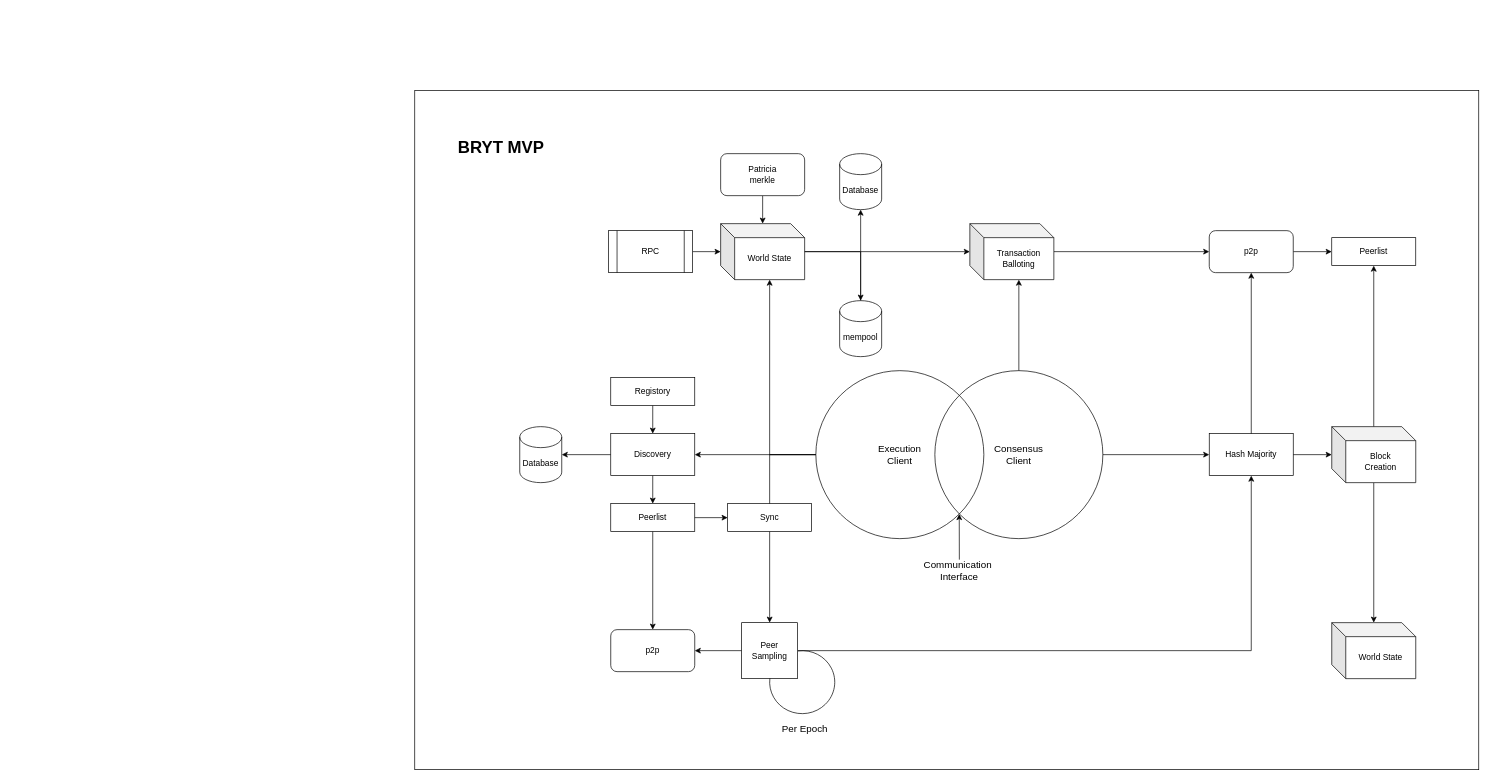
Above: Bryt-mpc.drawio in ali-05-ahmed/Concept-Diagrams (draw.io), before the change. Source tidied: cells renumbered, new cells numbered last; positions are measured from the earlier drawing's top-left corner, leaving out a move shared by most shapes. Both pictures are drawn from the tidied source at 70%, with x=0, y=0 at pixel (414, 90).
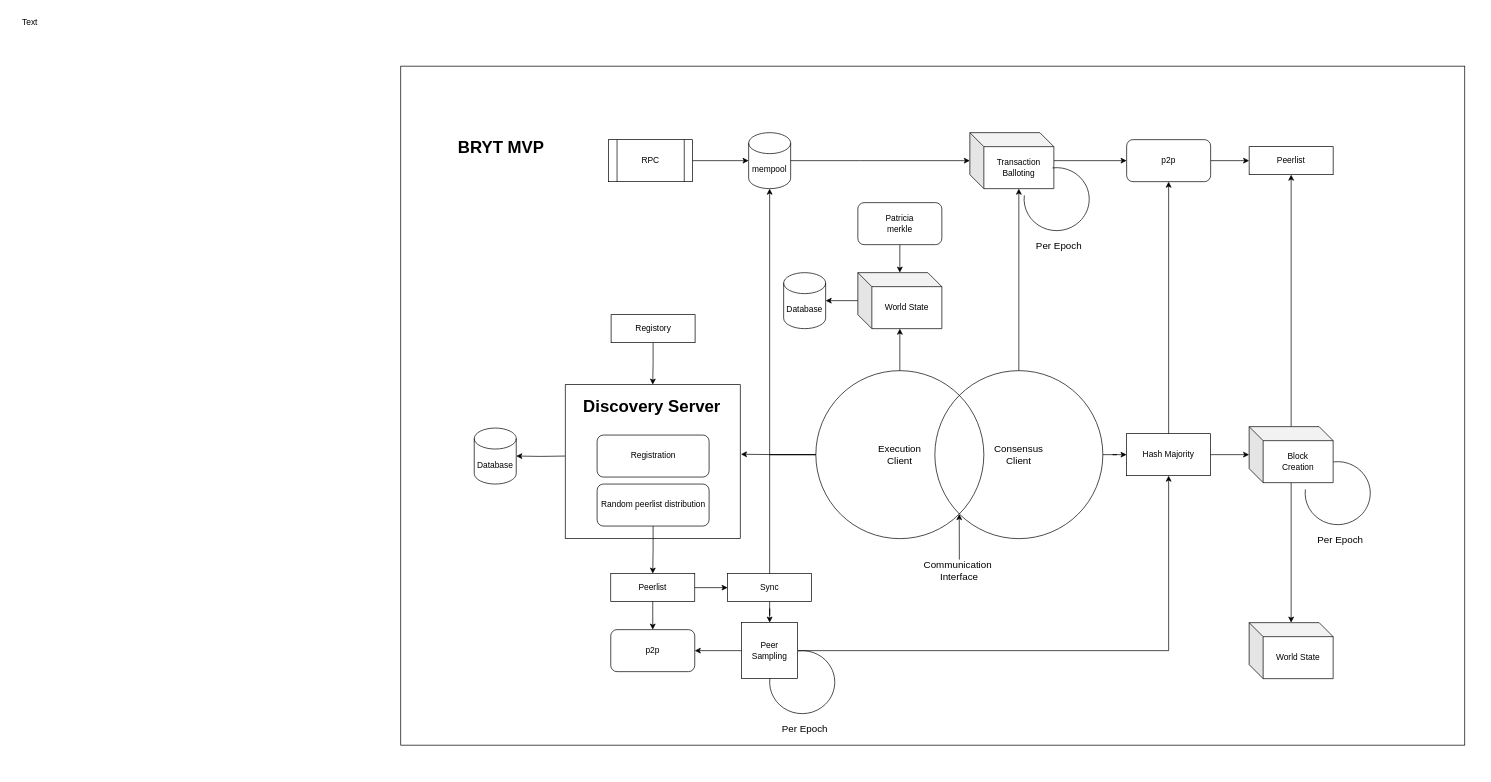
Above is the later version.

The change refers to these unchanged cells:
```xml
<mxCell id="7" value="&lt;font style=&quot;font-size: 14px;&quot;&gt;Execution&lt;br&gt;Client&lt;/font&gt;" style="ellipse;whiteSpace=wrap;html=1;fillColor=none;" parent="1" vertex="1">
  <mxGeometry x="573" y="400" width="240" height="240" as="geometry" />
</mxCell>
```

The edit, as a diff of the source:
```diff
@@
     <mxCell id="2" style="rounded=0;whiteSpace=wrap;html=1;" parent="1" vertex="1">
-      <mxGeometry width="1520" height="970" as="geometry" />
+      <mxGeometry x="-20" y="-35" width="1520" height="970" as="geometry" />
     </mxCell>
@@
-    <mxCell id="5" style="edgeStyle=orthogonalEdgeStyle;rounded=0;jettySize=auto;html=1;" parent="1" edge="1" source="7" target="12">
-      <mxGeometry relative="1" as="geometry" />
-    </mxCell>
@@
+    <mxCell id="52" style="edgeStyle=orthogonalEdgeStyle;rounded=0;jettySize=auto;html=1;" parent="1" edge="1" source="7" target="20">
+      <mxGeometry relative="1" as="geometry" />
+    </mxCell>
@@
-    <mxCell id="10" style="edgeStyle=orthogonalEdgeStyle;rounded=0;jettySize=auto;html=1;" parent="1" edge="1" source="12" target="13">
-      <mxGeometry relative="1" as="geometry" />
+    <mxCell id="10" style="edgeStyle=orthogonalEdgeStyle;rounded=0;jettySize=auto;html=1;" parent="1" edge="1" target="13">
+      <mxGeometry relative="1" as="geometry">
+        <mxPoint x="215" y="522" as="sourcePoint" />
+      </mxGeometry>
     </mxCell>
-    <mxCell id="11" style="edgeStyle=orthogonalEdgeStyle;rounded=0;jettySize=auto;html=1;" parent="1" edge="1" source="12" target="18">
-      <mxGeometry relative="1" as="geometry" />
-    </mxCell>
-    <mxCell id="12" value="Discovery" style="whiteSpace=wrap;html=1;fillColor=none;" parent="1" vertex="1">
-      <mxGeometry x="280" y="490" width="120" height="60" as="geometry" />
-    </mxCell>
     <mxCell id="13" value="Database" style="shape=cylinder3;whiteSpace=wrap;html=1;boundedLbl=1;backgroundOutline=1;size=15;" parent="1" vertex="1">
-      <mxGeometry x="150" y="480" width="60" height="80" as="geometry" />
+      <mxGeometry x="85" y="482" width="60" height="80" as="geometry" />
     </mxCell>
-    <mxCell id="14" style="edgeStyle=orthogonalEdgeStyle;rounded=0;jettySize=auto;html=1;" parent="1" edge="1" source="15" target="12">
-      <mxGeometry relative="1" as="geometry" />
-    </mxCell>
+    <mxCell id="53" style="edgeStyle=orthogonalEdgeStyle;rounded=0;jettySize=auto;html=1;entryX=0.5;entryY=0;entryDx=0;entryDy=0;" parent="1" edge="1" source="15" target="54">
+      <mxGeometry relative="1" as="geometry" />
+    </mxCell>
     <mxCell id="15" value="Registory" style="whiteSpace=wrap;html=1;fillColor=none;" parent="1" vertex="1">
-      <mxGeometry x="280" y="410" width="120" height="40" as="geometry" />
+      <mxGeometry x="280.5" y="320" width="120" height="40" as="geometry" />
     </mxCell>
@@
     <mxCell id="18" value="Peerlist" style="whiteSpace=wrap;html=1;fillColor=none;" parent="1" vertex="1">
-      <mxGeometry x="280" y="590" width="120" height="40" as="geometry" />
+      <mxGeometry x="280" y="690" width="120" height="40" as="geometry" />
     </mxCell>
-    <mxCell id="19" style="edgeStyle=orthogonalEdgeStyle;rounded=0;jettySize=auto;html=1;" parent="1" edge="1" source="20" target="26">
-      <mxGeometry relative="1" as="geometry" />
-    </mxCell>
-    <mxCell id="20" value="World State" style="shape=cube;whiteSpace=wrap;html=1;boundedLbl=1;backgroundOutline=1;darkOpacity=0.05;darkOpacity2=0.1;" parent="1" vertex="1">
-      <mxGeometry x="437" y="190" width="120" height="80" as="geometry" />
-    </mxCell>
-    <mxCell id="21" style="edgeStyle=orthogonalEdgeStyle;rounded=0;jettySize=auto;html=1;entryX=0;entryY=0;entryDx=70;entryDy=80;entryPerimeter=0;" parent="1" edge="1" source="7" target="20">
+    <mxCell id="21" style="edgeStyle=orthogonalEdgeStyle;rounded=0;jettySize=auto;html=1;entryX=0.5;entryY=1;entryDx=0;entryDy=0;entryPerimeter=0;" parent="1" edge="1" source="7" target="27">
       <mxGeometry relative="1" as="geometry" />
     </mxCell>
-    <mxCell id="22" style="edgeStyle=orthogonalEdgeStyle;rounded=0;jettySize=auto;html=1;" parent="1" edge="1" source="23" target="20">
-      <mxGeometry relative="1" as="geometry" />
-    </mxCell>
     <mxCell id="23" value="RPC" style="shape=process;whiteSpace=wrap;html=1;backgroundOutline=1;" parent="1" vertex="1">
-      <mxGeometry x="277" y="200" width="120" height="60" as="geometry" />
+      <mxGeometry x="277" y="70" width="120" height="60" as="geometry" />
     </mxCell>
-    <mxCell id="24" style="edgeStyle=orthogonalEdgeStyle;rounded=0;jettySize=auto;html=1;" parent="1" edge="1" source="25" target="20">
-      <mxGeometry relative="1" as="geometry" />
-    </mxCell>
-    <mxCell id="25" value="Patricia&lt;br&gt;merkle" style="rounded=1;whiteSpace=wrap;html=1;" parent="1" vertex="1">
-      <mxGeometry x="437" y="90" width="120" height="60" as="geometry" />
-    </mxCell>
-    <mxCell id="26" value="Database" style="shape=cylinder3;whiteSpace=wrap;html=1;boundedLbl=1;backgroundOutline=1;size=15;" parent="1" vertex="1">
-      <mxGeometry x="607" y="90" width="60" height="80" as="geometry" />
-    </mxCell>
     <mxCell id="27" value="mempool" style="shape=cylinder3;whiteSpace=wrap;html=1;boundedLbl=1;backgroundOutline=1;size=15;" parent="1" vertex="1">
-      <mxGeometry x="607" y="300" width="60" height="80" as="geometry" />
+      <mxGeometry x="477" y="60" width="60" height="80" as="geometry" />
     </mxCell>
-    <mxCell id="28" style="edgeStyle=orthogonalEdgeStyle;rounded=0;jettySize=auto;html=1;entryX=0.5;entryY=0;entryDx=0;entryDy=0;entryPerimeter=0;" parent="1" edge="1" source="20" target="27">
-      <mxGeometry relative="1" as="geometry" />
-    </mxCell>
@@
     <mxCell id="36" value="Sync" style="whiteSpace=wrap;html=1;fillColor=none;" parent="1" vertex="1">
-      <mxGeometry x="447" y="590" width="120" height="40" as="geometry" />
+      <mxGeometry x="447" y="690" width="120" height="40" as="geometry" />
     </mxCell>
@@
     <mxCell id="38" value="Transaction&lt;br&gt;Balloting" style="shape=cube;whiteSpace=wrap;html=1;boundedLbl=1;backgroundOutline=1;darkOpacity=0.05;darkOpacity2=0.1;" parent="1" vertex="1">
-      <mxGeometry x="793" y="190" width="120" height="80" as="geometry" />
+      <mxGeometry x="793" y="60" width="120" height="80" as="geometry" />
     </mxCell>
@@
     <mxCell id="40" style="edgeStyle=orthogonalEdgeStyle;rounded=0;jettySize=auto;html=1;entryX=0;entryY=0.5;entryDx=0;entryDy=0;entryPerimeter=0;" parent="1" edge="1" source="27" target="38">
       <mxGeometry relative="1" as="geometry">
         <Array as="points">
-          <mxPoint x="637" y="230" />
+          <mxPoint x="637" y="100" />
         </Array>
       </mxGeometry>
     </mxCell>
@@
     <mxCell id="43" value="Hash Majority" style="whiteSpace=wrap;html=1;fillColor=none;" parent="1" vertex="1">
-      <mxGeometry x="1135" y="490" width="120" height="60" as="geometry" />
+      <mxGeometry x="1017" y="490" width="120" height="60" as="geometry" />
     </mxCell>
@@
     <mxCell id="45" value="p2p" style="rounded=1;whiteSpace=wrap;html=1;" parent="1" vertex="1">
-      <mxGeometry x="1135" y="200" width="120" height="60" as="geometry" />
+      <mxGeometry x="1017" y="70" width="120" height="60" as="geometry" />
     </mxCell>
     <mxCell id="46" value="Peerlist" style="whiteSpace=wrap;html=1;fillColor=none;" parent="1" vertex="1">
-      <mxGeometry x="1310" y="210" width="120" height="40" as="geometry" />
+      <mxGeometry x="1192" y="80" width="120" height="40" as="geometry" />
     </mxCell>
@@
     <mxCell id="49" value="Block&lt;br&gt;Creation" style="shape=cube;whiteSpace=wrap;html=1;boundedLbl=1;backgroundOutline=1;darkOpacity=0.05;darkOpacity2=0.1;" parent="1" vertex="1">
-      <mxGeometry x="1310" y="480" width="120" height="80" as="geometry" />
+      <mxGeometry x="1192" y="480" width="120" height="80" as="geometry" />
     </mxCell>
     <mxCell id="50" value="World State" style="shape=cube;whiteSpace=wrap;html=1;boundedLbl=1;backgroundOutline=1;darkOpacity=0.05;darkOpacity2=0.1;" parent="1" vertex="1">
-      <mxGeometry x="1310" y="760" width="120" height="80" as="geometry" />
+      <mxGeometry x="1192" y="760" width="120" height="80" as="geometry" />
     </mxCell>
@@
+    <mxCell id="54" style="rounded=0;whiteSpace=wrap;html=1;" parent="1" vertex="1">
+      <mxGeometry x="215" y="420" width="250" height="220" as="geometry" />
+    </mxCell>
+    <mxCell id="55" value="&lt;h1 style=&quot;margin-top: 0px;&quot;&gt;Discovery Server&lt;/h1&gt;" style="text;html=1;whiteSpace=wrap;overflow=hidden;rounded=0;" parent="1" vertex="1">
+      <mxGeometry x="239" y="430" width="203" height="40" as="geometry" />
+    </mxCell>
+    <mxCell id="56" value="Registration" style="rounded=1;whiteSpace=wrap;html=1;" parent="1" vertex="1">
+      <mxGeometry x="260.5" y="492" width="160" height="60" as="geometry" />
+    </mxCell>
+    <mxCell id="57" style="edgeStyle=orthogonalEdgeStyle;rounded=0;jettySize=auto;html=1;" parent="1" edge="1" source="58" target="18">
+      <mxGeometry relative="1" as="geometry" />
+    </mxCell>
+    <mxCell id="58" value="Random peerlist distribution" style="rounded=1;whiteSpace=wrap;html=1;" parent="1" vertex="1">
+      <mxGeometry x="260.5" y="562" width="160" height="60" as="geometry" />
+    </mxCell>
+    <mxCell id="19" style="edgeStyle=orthogonalEdgeStyle;rounded=0;jettySize=auto;html=1;" parent="1" edge="1" source="20" target="26">
+      <mxGeometry relative="1" as="geometry" />
+    </mxCell>
+    <mxCell id="20" value="World State" style="shape=cube;whiteSpace=wrap;html=1;boundedLbl=1;backgroundOutline=1;darkOpacity=0.05;darkOpacity2=0.1;" parent="1" vertex="1">
+      <mxGeometry x="633" y="260" width="120" height="80" as="geometry" />
+    </mxCell>
+    <mxCell id="24" style="edgeStyle=orthogonalEdgeStyle;rounded=0;jettySize=auto;html=1;" parent="1" edge="1" source="25" target="20">
+      <mxGeometry relative="1" as="geometry" />
+    </mxCell>
+    <mxCell id="25" value="Patricia&lt;br&gt;merkle" style="rounded=1;whiteSpace=wrap;html=1;" parent="1" vertex="1">
+      <mxGeometry x="633" y="160" width="120" height="60" as="geometry" />
+    </mxCell>
+    <mxCell id="26" value="Database" style="shape=cylinder3;whiteSpace=wrap;html=1;boundedLbl=1;backgroundOutline=1;size=15;" parent="1" vertex="1">
+      <mxGeometry x="527" y="260" width="60" height="80" as="geometry" />
+    </mxCell>
+    <mxCell id="59" style="edgeStyle=orthogonalEdgeStyle;rounded=0;jettySize=auto;html=1;entryX=0;entryY=0.5;entryDx=0;entryDy=0;entryPerimeter=0;" parent="1" edge="1" source="23" target="27">
+      <mxGeometry relative="1" as="geometry" />
+    </mxCell>
+    <mxCell id="60" style="verticalLabelPosition=bottom;verticalAlign=top;html=1;shape=mxgraph.basic.arc;startAngle=0.9794252440875133;endAngle=0.7690077039239749;" parent="1" vertex="1">
+      <mxGeometry x="1272" y="530" width="93" height="90" as="geometry" />
+    </mxCell>
+    <mxCell id="61" value="&lt;font style=&quot;font-size: 14px;&quot;&gt;Per Epoch&lt;/font&gt;" style="text;html=1;align=center;verticalAlign=middle;whiteSpace=wrap;rounded=0;" parent="1" vertex="1">
+      <mxGeometry x="1278.5" y="627" width="87" height="30" as="geometry" />
+    </mxCell>
+    <mxCell id="62" style="verticalLabelPosition=bottom;verticalAlign=top;html=1;shape=mxgraph.basic.arc;startAngle=0.9794252440875133;endAngle=0.7690077039239749;" parent="1" vertex="1">
+      <mxGeometry x="870.5" y="110" width="93" height="90" as="geometry" />
+    </mxCell>
+    <mxCell id="63" value="&lt;font style=&quot;font-size: 14px;&quot;&gt;Per Epoch&lt;/font&gt;" style="text;html=1;align=center;verticalAlign=middle;whiteSpace=wrap;rounded=0;" parent="1" vertex="1">
+      <mxGeometry x="876.5" y="207" width="87" height="30" as="geometry" />
+    </mxCell>
+    <mxCell id="64" style="edgeStyle=orthogonalEdgeStyle;rounded=0;jettySize=auto;html=1;entryX=1.004;entryY=0.452;entryDx=0;entryDy=0;entryPerimeter=0;" parent="1" edge="1" source="7" target="54">
+      <mxGeometry relative="1" as="geometry" />
+    </mxCell>
+    <mxCell id="65" value="Text" style="text;html=1;align=center;verticalAlign=middle;strokeColor=none;fillColor=none;" parent="1" vertex="1">
+      <mxGeometry x="-575" y="-112" width="50" height="30" as="geometry" />
+    </mxCell>
```
